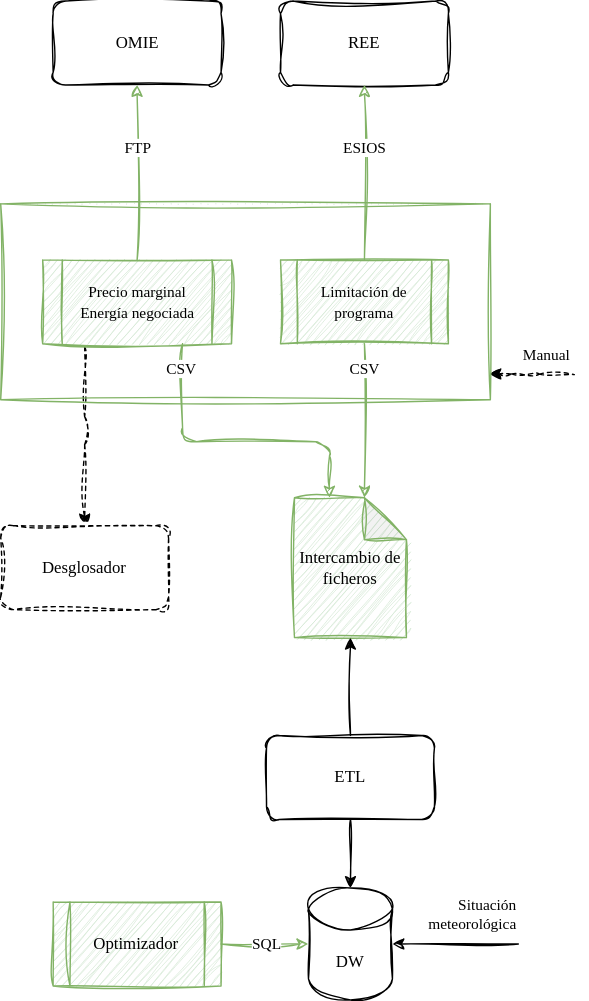
Before: figures/arquitectura-mercado.drawio.svg, a diagram exported from draw.io (josugoar/optibat). Source tidied: cells renumbered, new cells last; positions are measured from the earlier drawing's top-left corner, leaving out a move shared by most shapes.
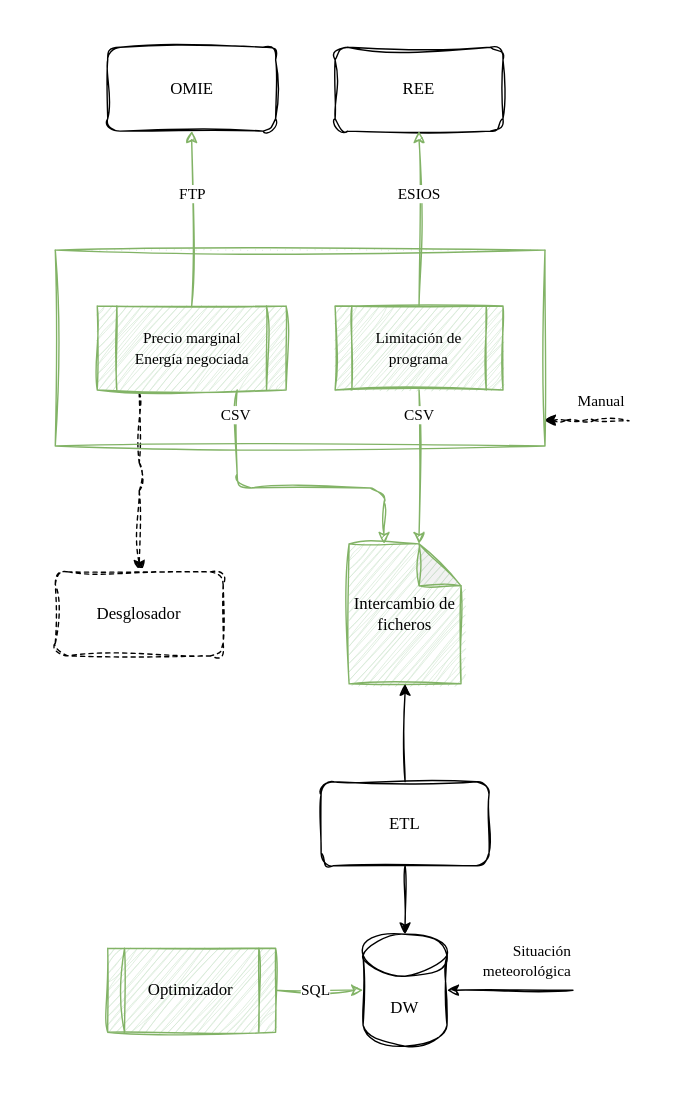
Above is the later version.

Diff of the diagram source:
```diff
@@ -102,7 +102,7 @@
     <mxCell id="26" style="shape=waypoint;size=6;points=[];fillColor=none;perimeter=centerPerimeter;snapToPoint=1;fontFamily=Comic Sans MS;strokeColor=none;fontStyle=1;startSize=0;sketch=1;curveFitting=1;jiggle=2;" parent="1" vertex="1">
       <mxGeometry x="400" y="257" width="20" height="20" as="geometry" />
     </mxCell>
-    <mxCell id="27" value="Optimizador" style="shape=process;whiteSpace=wrap;html=1;backgroundOutline=1;fillColor=#d5e8d4;strokeColor=#82b366;sketch=1;curveFitting=1;jiggle=2;fontFamily=Comic Sans MS;" parent="1" vertex="1">
+    <mxCell id="27" value="Optimizador" style="shape=process;whiteSpace=wrap;html=1;backgroundOutline=1;sketch=1;curveFitting=1;jiggle=2;fontFamily=Comic Sans MS;fillColor=#d5e8d4;strokeColor=#82b366;" parent="1" vertex="1">
       <mxGeometry x="37.5" y="644" width="120" height="60" as="geometry" />
     </mxCell>
     <mxCell id="28" style="edgeStyle=orthogonalEdgeStyle;html=1;exitX=1;exitY=0.5;exitDx=0;exitDy=0;entryX=0;entryY=0.5;entryDx=0;entryDy=0;entryPerimeter=0;fillColor=#d5e8d4;strokeColor=#82b366;sketch=1;curveFitting=1;jiggle=2;fontFamily=Comic Sans MS;" parent="1" edge="1" source="27" target="15">
@@ -110,11 +110,14 @@
     </mxCell>
     <mxCell id="29" value="SQL" style="edgeLabel;html=1;align=center;verticalAlign=middle;sketch=1;curveFitting=1;jiggle=2;fontFamily=Comic Sans MS;" parent="28" vertex="1">
       <mxGeometry x="0.04" y="1" relative="1" as="geometry">
-        <mxPoint y="1" as="offset" />
+        <mxPoint x="-4" y="1" as="offset" />
       </mxGeometry>
     </mxCell>
     <mxCell id="30" style="shape=waypoint;size=6;points=[];fillColor=none;perimeter=centerPerimeter;snapToPoint=1;fontFamily=Comic Sans MS;strokeColor=none;sketch=1;curveFitting=1;jiggle=2;" parent="1" vertex="1">
       <mxGeometry x="360" y="664" width="20" height="20" as="geometry" />
     </mxCell>
+    <mxCell id="31" style="swimlane;startSize=0;strokeColor=none;fillColor=none;" parent="1" vertex="1">
+      <mxGeometry x="-40" y="-33" width="480" height="790" as="geometry" />
+    </mxCell>
   </root>
 </mxGraphModel>
```
